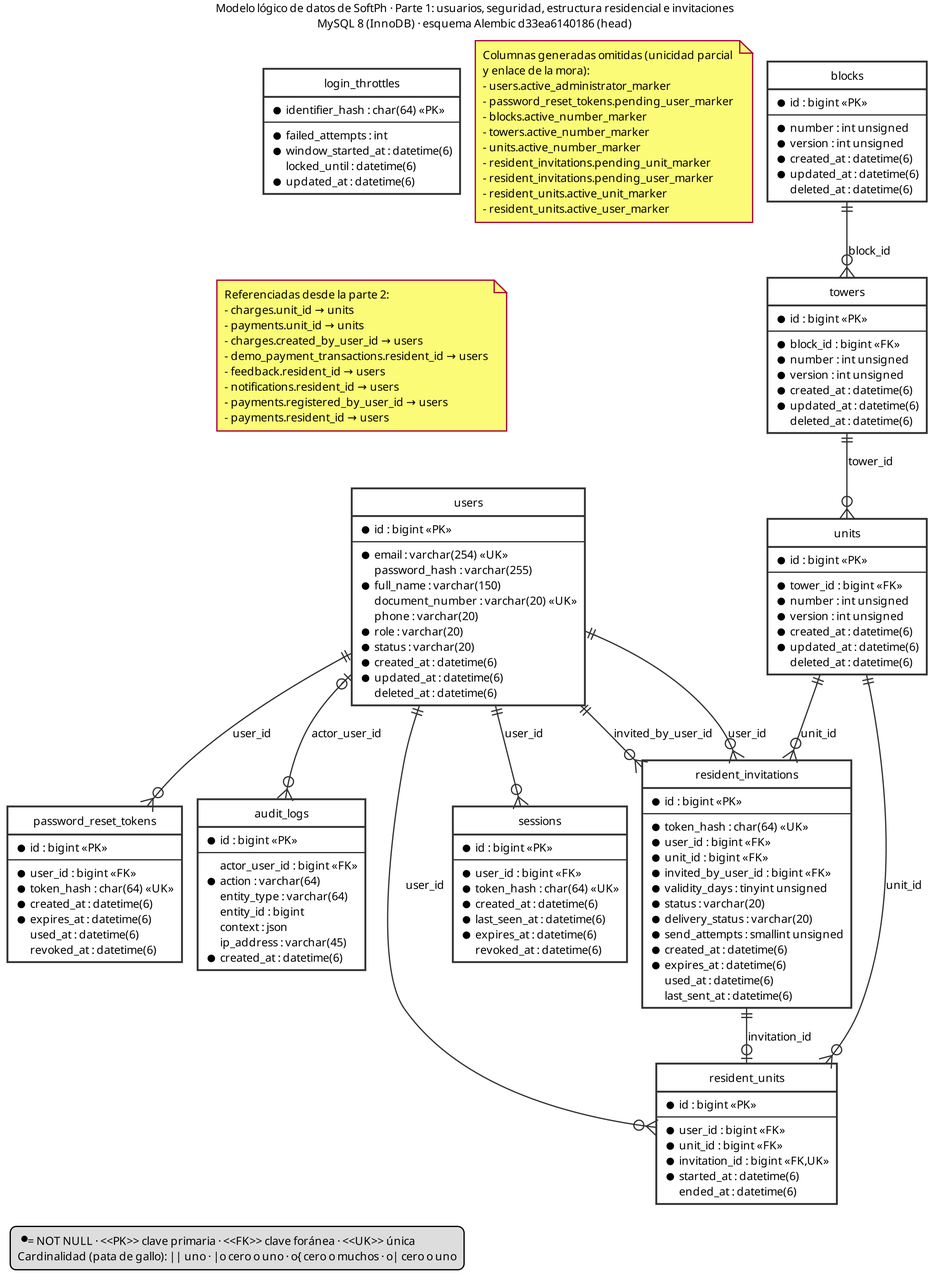
Earlier version of the PlantUML export docs/entrega-objetivos/modelo-datos/modelo-datos-completo-parte1.png (yilberDev/SoftPh-Academico). Its source is kept beside it as docs/entrega-objetivos/modelo-datos/modelo-datos-completo-parte1.puml.
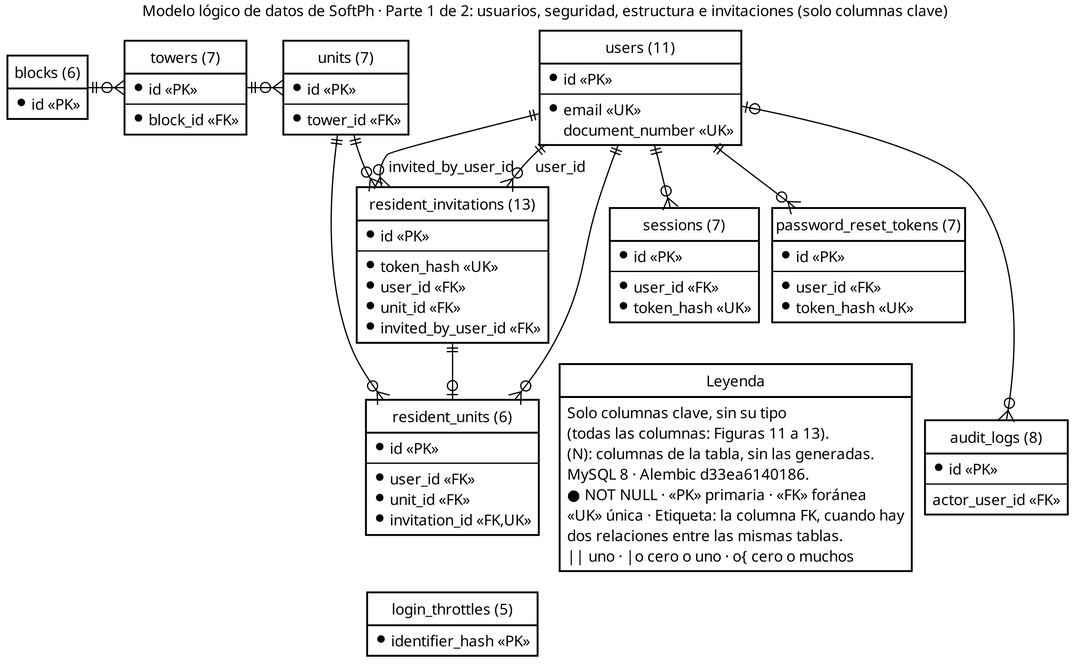
After the change.

The edit, as a diff of the source:
```diff
@@ -1,163 +1,96 @@
 @startuml
 skinparam dpi 300
+skinparam monochrome true
+skinparam backgroundColor white
 skinparam shadowing false
 skinparam defaultFontName Helvetica
-skinparam defaultFontSize 9
+skinparam defaultFontSize 12
 skinparam class {
   BackgroundColor White
-  BorderColor #333333
-  ArrowColor #333333
+  BorderColor Black
+  ArrowColor Black
 }
 hide circle
 hide methods
 top to bottom direction
-skinparam nodesep 12
-skinparam ranksep 30
-title Modelo lógico de datos de SoftPh · Parte 1: usuarios, seguridad, estructura residencial e invitaciones\nMySQL 8 (InnoDB) · esquema Alembic d33ea6140186 (head)
-entity "users" as users {
-  *id : bigint <<PK>>
+skinparam nodesep 10
+skinparam ranksep 10
+title Modelo lógico de datos de SoftPh · Parte 1 de 2: usuarios, seguridad, estructura e invitaciones (solo columnas clave)
+entity "login_throttles (5)" as login_throttles {
+  *identifier_hash <<PK>>
+}
+entity "blocks (6)" as blocks {
+  *id <<PK>>
+}
+entity "towers (7)" as towers {
+  *id <<PK>>
   --
-  *email : varchar(254) <<UK>>
-  password_hash : varchar(255)
-  *full_name : varchar(150)
-  document_number : varchar(20) <<UK>>
-  phone : varchar(20)
-  *role : varchar(20)
-  *status : varchar(20)
-  *created_at : datetime(6)
-  *updated_at : datetime(6)
-  deleted_at : datetime(6)
+  *block_id <<FK>>
 }
-entity "sessions" as sessions {
-  *id : bigint <<PK>>
+entity "units (7)" as units {
+  *id <<PK>>
   --
-  *user_id : bigint <<FK>>
-  *token_hash : char(64) <<UK>>
-  *created_at : datetime(6)
-  *last_seen_at : datetime(6)
-  *expires_at : datetime(6)
-  revoked_at : datetime(6)
+  *tower_id <<FK>>
 }
-entity "login_throttles" as login_throttles {
-  *identifier_hash : char(64) <<PK>>
+entity "resident_invitations (13)" as resident_invitations {
+  *id <<PK>>
   --
-  *failed_attempts : int
-  *window_started_at : datetime(6)
-  locked_until : datetime(6)
-  *updated_at : datetime(6)
+  *token_hash <<UK>>
+  *user_id <<FK>>
+  *unit_id <<FK>>
+  *invited_by_user_id <<FK>>
 }
-entity "password_reset_tokens" as password_reset_tokens {
-  *id : bigint <<PK>>
+entity "resident_units (6)" as resident_units {
+  *id <<PK>>
   --
-  *user_id : bigint <<FK>>
-  *token_hash : char(64) <<UK>>
-  *created_at : datetime(6)
-  *expires_at : datetime(6)
-  used_at : datetime(6)
-  revoked_at : datetime(6)
+  *user_id <<FK>>
+  *unit_id <<FK>>
+  *invitation_id <<FK,UK>>
 }
-entity "audit_logs" as audit_logs {
-  *id : bigint <<PK>>
+entity "users (11)" as users {
+  *id <<PK>>
   --
-  actor_user_id : bigint <<FK>>
-  *action : varchar(64)
-  entity_type : varchar(64)
-  entity_id : bigint
-  context : json
-  ip_address : varchar(45)
-  *created_at : datetime(6)
+  *email <<UK>>
+  document_number <<UK>>
 }
-entity "blocks" as blocks {
-  *id : bigint <<PK>>
+entity "sessions (7)" as sessions {
+  *id <<PK>>
   --
-  *number : int unsigned
-  *version : int unsigned
-  *created_at : datetime(6)
-  *updated_at : datetime(6)
-  deleted_at : datetime(6)
+  *user_id <<FK>>
+  *token_hash <<UK>>
 }
-entity "towers" as towers {
-  *id : bigint <<PK>>
+entity "password_reset_tokens (7)" as password_reset_tokens {
+  *id <<PK>>
   --
-  *block_id : bigint <<FK>>
-  *number : int unsigned
-  *version : int unsigned
-  *created_at : datetime(6)
-  *updated_at : datetime(6)
-  deleted_at : datetime(6)
+  *user_id <<FK>>
+  *token_hash <<UK>>
 }
-entity "units" as units {
-  *id : bigint <<PK>>
+entity "audit_logs (8)" as audit_logs {
+  *id <<PK>>
   --
-  *tower_id : bigint <<FK>>
-  *number : int unsigned
-  *version : int unsigned
-  *created_at : datetime(6)
-  *updated_at : datetime(6)
-  deleted_at : datetime(6)
+  actor_user_id <<FK>>
 }
-entity "resident_invitations" as resident_invitations {
-  *id : bigint <<PK>>
-  --
-  *token_hash : char(64) <<UK>>
-  *user_id : bigint <<FK>>
-  *unit_id : bigint <<FK>>
-  *invited_by_user_id : bigint <<FK>>
-  *validity_days : tinyint unsigned
-  *status : varchar(20)
-  *delivery_status : varchar(20)
-  *send_attempts : smallint unsigned
-  *created_at : datetime(6)
-  *expires_at : datetime(6)
-  used_at : datetime(6)
-  last_sent_at : datetime(6)
+users |o---o{ audit_logs
+users ||--o{ password_reset_tokens
+users ||--o{ resident_invitations : "invited_by_user_id"
+units ||--o{ resident_invitations
+users ||--o{ resident_invitations : "user_id"
+resident_invitations ||--o| resident_units
+units ||--o{ resident_units
+users ||--o{ resident_units
+users ||--o{ sessions
+blocks ||-o{ towers : "      "
+towers ||-o{ units : "      "
+entity "Leyenda" as leyenda #FFFFFF {
+  Solo columnas clave, sin su tipo
+  (todas las columnas: Figuras 11 a 13).
+  (N): columnas de la tabla, sin las generadas.
+  MySQL 8 · Alembic d33ea6140186.
+  ● NOT NULL · <<PK>> primaria · <<FK>> foránea
+  <<UK>> única · Etiqueta: la columna FK, cuando hay
+  dos relaciones entre las mismas tablas.
+  || uno · |o cero o uno · o{ cero o muchos
 }
-entity "resident_units" as resident_units {
-  *id : bigint <<PK>>
-  --
-  *user_id : bigint <<FK>>
-  *unit_id : bigint <<FK>>
-  *invitation_id : bigint <<FK,UK>>
-  *started_at : datetime(6)
-  ended_at : datetime(6)
-}
-users |o--o{ audit_logs : "actor_user_id"
-users ||--o{ password_reset_tokens : "user_id"
-users ||--o{ resident_invitations : "invited_by_user_id"
-units ||--o{ resident_invitations : "unit_id"
-users ||--o{ resident_invitations : "user_id"
-resident_invitations ||--o| resident_units : "invitation_id"
-units ||--o{ resident_units : "unit_id"
-users ||--o{ resident_units : "user_id"
-users ||--o{ sessions : "user_id"
-blocks ||--o{ towers : "block_id"
-towers ||--o{ units : "tower_id"
-note as generadas
-  Columnas generadas omitidas (unicidad parcial
-  y enlace de la mora):
-  - users.active_administrator_marker
-  - password_reset_tokens.pending_user_marker
-  - blocks.active_number_marker
-  - towers.active_number_marker
-  - units.active_number_marker
-  - resident_invitations.pending_unit_marker
-  - resident_invitations.pending_user_marker
-  - resident_units.active_unit_marker
-  - resident_units.active_user_marker
-end note
-note as externas
-  Referenciadas desde la parte 2:
-  - charges.unit_id → units
-  - payments.unit_id → units
-  - charges.created_by_user_id → users
-  - demo_payment_transactions.resident_id → users
-  - feedback.resident_id → users
-  - notifications.resident_id → users
-  - payments.registered_by_user_id → users
-  - payments.resident_id → users
-end note
-legend bottom left
-  * = NOT NULL · <<PK>> clave primaria · <<FK>> clave foránea · <<UK>> única
-  Cardinalidad (pata de gallo): || uno · |o cero o uno · o{ cero o muchos · o| cero o uno
-endlegend
+password_reset_tokens -[hidden]-> leyenda
+resident_units -[hidden]-> login_throttles
 @enduml
```
